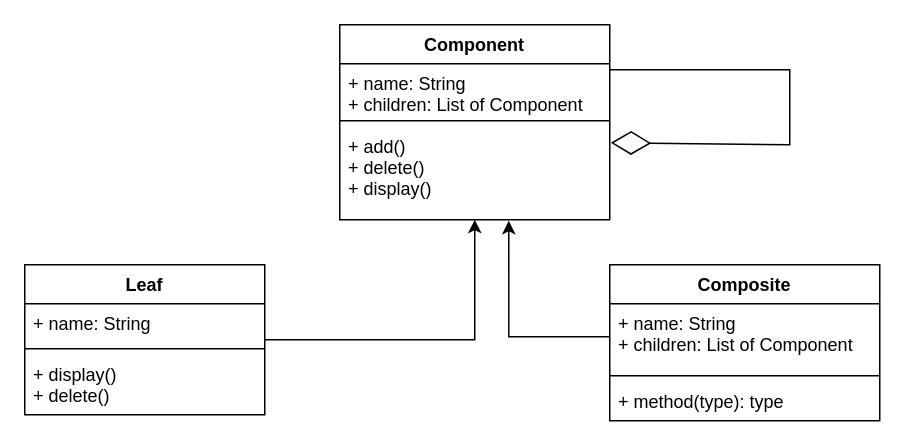
Before: img/composite.drawio in ElenaShargina/patterns, a draw.io diagram. Source tidied: cells renumbered, new cells numbered last; positions are measured from the earlier drawing's top-left corner, leaving out a move shared by most shapes. Both pictures are drawn from the tidied source at 150%, with x=0, y=0 at pixel (24, 24).
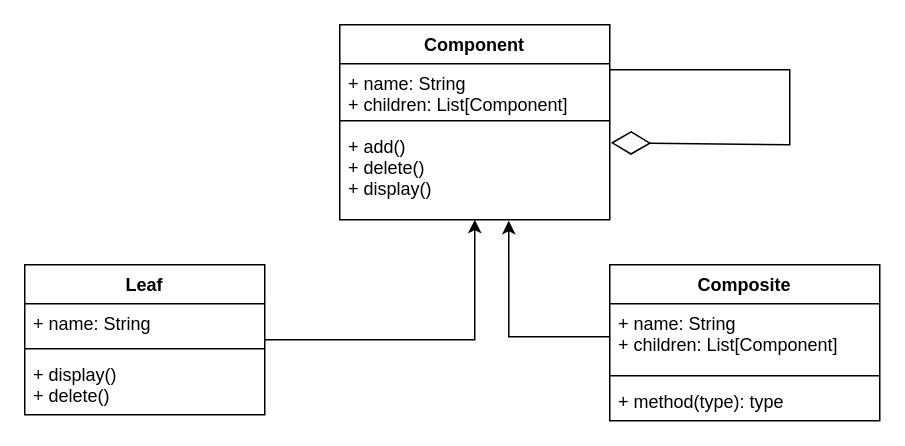
The same diagram, later.

What changed in the source:
```diff
@@
 <mxGraphModel>
   <root>
     <mxCell id="0" />
     <mxCell id="1" parent="0" />
     <mxCell id="2" value="Component" style="swimlane;fontStyle=1;align=center;verticalAlign=top;horizontal=1;startSize=26;" parent="1" vertex="1">
       <mxGeometry x="210" width="180" height="130" as="geometry" />
     </mxCell>
-    <mxCell id="3" value="+ name: String&#10;+ children: List of Component" style="text;strokeColor=none;fillColor=none;align=left;verticalAlign=top;spacingLeft=4;spacingRight=4;overflow=hidden;" parent="2" vertex="1">
+    <mxCell id="3" value="+ name: String&#10;+ children: List[Component]" style="text;strokeColor=none;fillColor=none;align=left;verticalAlign=top;spacingLeft=4;spacingRight=4;overflow=hidden;" parent="2" vertex="1">
       <mxGeometry y="26" width="180" height="34" as="geometry" />
     </mxCell>
     <mxCell id="4" style="line;strokeWidth=1;fillColor=none;align=left;verticalAlign=middle;spacingTop=-1;spacingLeft=3;spacingRight=3;labelPosition=right;strokeColor=inherit;" parent="2" vertex="1">
       <mxGeometry y="60" width="180" height="8" as="geometry" />
     </mxCell>
     <mxCell id="5" value="+ add()&#10;+ delete()&#10;+ display()" style="text;strokeColor=none;fillColor=none;align=left;verticalAlign=top;spacingLeft=4;spacingRight=4;overflow=hidden;points=[[0,0.5],[1,0.5]];portConstraint=eastwest;" parent="2" vertex="1">
       <mxGeometry y="68" width="180" height="62" as="geometry" />
     </mxCell>
     <mxCell id="6" style="edgeStyle=orthogonalEdgeStyle;rounded=0;jettySize=auto;html=1;" parent="1" edge="1" source="7" target="2">
       <mxGeometry relative="1" as="geometry" />
     </mxCell>
     <mxCell id="7" value="Leaf" style="swimlane;fontStyle=1;align=center;verticalAlign=top;horizontal=1;startSize=26;" parent="1" vertex="1">
       <mxGeometry y="160" width="160" height="100" as="geometry" />
     </mxCell>
     <mxCell id="8" value="+ name: String&#10;" style="text;strokeColor=none;fillColor=none;align=left;verticalAlign=top;spacingLeft=4;spacingRight=4;overflow=hidden;" parent="7" vertex="1">
       <mxGeometry y="26" width="160" height="26" as="geometry" />
     </mxCell>
     <mxCell id="9" style="line;strokeWidth=1;fillColor=none;align=left;verticalAlign=middle;spacingTop=-1;spacingLeft=3;spacingRight=3;labelPosition=right;strokeColor=inherit;" parent="7" vertex="1">
       <mxGeometry y="52" width="160" height="8" as="geometry" />
     </mxCell>
     <mxCell id="10" value="+ display()&#10;+ delete()" style="text;strokeColor=none;fillColor=none;align=left;verticalAlign=top;spacingLeft=4;spacingRight=4;overflow=hidden;" parent="7" vertex="1">
       <mxGeometry y="60" width="160" height="40" as="geometry" />
     </mxCell>
     <mxCell id="11" value="Composite" style="swimlane;fontStyle=1;align=center;verticalAlign=top;horizontal=1;startSize=26;" parent="1" vertex="1">
       <mxGeometry x="390" y="160" width="180" height="104" as="geometry" />
     </mxCell>
-    <mxCell id="12" value="+ name: String&#10;+ children: List of Component" style="text;strokeColor=none;fillColor=none;align=left;verticalAlign=top;spacingLeft=4;spacingRight=4;overflow=hidden;points=[[0,0.5],[1,0.5]];portConstraint=eastwest;" parent="11" vertex="1">
+    <mxCell id="12" value="+ name: String&#10;+ children: List[Component]" style="text;strokeColor=none;fillColor=none;align=left;verticalAlign=top;spacingLeft=4;spacingRight=4;overflow=hidden;points=[[0,0.5],[1,0.5]];portConstraint=eastwest;" parent="11" vertex="1">
       <mxGeometry y="26" width="180" height="44" as="geometry" />
     </mxCell>
     <mxCell id="13" style="line;strokeWidth=1;fillColor=none;align=left;verticalAlign=middle;spacingTop=-1;spacingLeft=3;spacingRight=3;labelPosition=right;strokeColor=inherit;" parent="11" vertex="1">
       <mxGeometry y="70" width="180" height="8" as="geometry" />
     </mxCell>
     <mxCell id="14" value="+ method(type): type" style="text;strokeColor=none;fillColor=none;align=left;verticalAlign=top;spacingLeft=4;spacingRight=4;overflow=hidden;" parent="11" vertex="1">
       <mxGeometry y="78" width="180" height="26" as="geometry" />
     </mxCell>
     <mxCell id="15" style="edgeStyle=orthogonalEdgeStyle;rounded=0;jettySize=auto;html=1;entryX=0.626;entryY=1.011;entryDx=0;entryDy=0;entryPerimeter=0;" parent="1" edge="1" source="12" target="5">
       <mxGeometry relative="1" as="geometry" />
     </mxCell>
     <mxCell id="16" style="endArrow=diamondThin;endFill=0;endSize=24;html=1;rounded=0;entryX=1.004;entryY=0.172;entryDx=0;entryDy=0;entryPerimeter=0;" parent="1" edge="1" target="5">
       <mxGeometry relative="1" as="geometry">
         <mxPoint x="390" y="30" as="sourcePoint" />
         <Array as="points">
           <mxPoint x="510" y="30" />
           <mxPoint x="510" y="80" />
         </Array>
       </mxGeometry>
     </mxCell>
   </root>
 </mxGraphModel>
```
